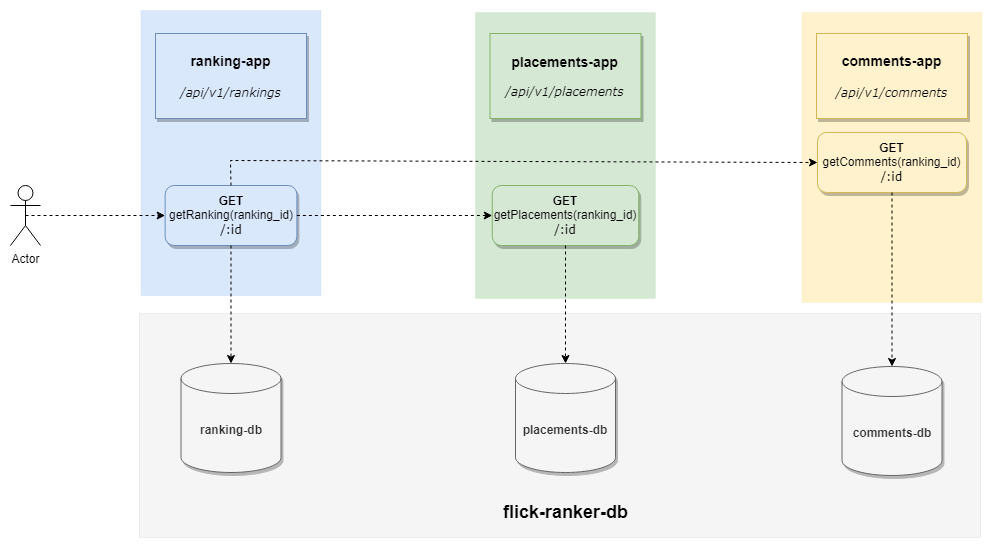
Earlier version of the draw.io export docs/retrieving-ranking-diagram.png (lukaszmichalik/flick-ranker). Source tidied: cells renumbered, new cells last; positions are measured from the earlier drawing's top-left corner, leaving out a move shared by most shapes.
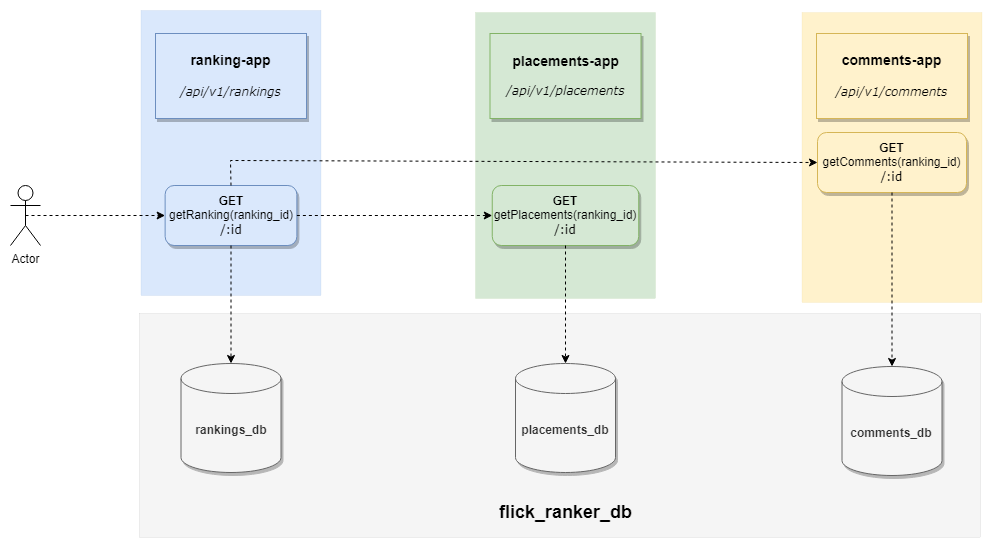
Above is the later version.

Change to the diagram source:
```diff
@@ -48,13 +48,13 @@
     <mxCell id="15" style="endArrow=classic;html=1;rounded=0;exitX=0.5;exitY=0.5;exitDx=0;exitDy=0;dashed=1;exitPerimeter=0;" parent="1" edge="1" source="14" target="7">
       <mxGeometry relative="1" as="geometry" />
     </mxCell>
-    <mxCell id="16" value="&lt;b&gt;ranking-db&lt;/b&gt;" style="shape=cylinder3;whiteSpace=wrap;html=1;boundedLbl=1;backgroundOutline=1;size=15;fillColor=#f5f5f5;fontColor=#333333;strokeColor=#666666;shadow=1;" parent="1" vertex="1">
+    <mxCell id="16" value="&lt;b&gt;rankings_db&lt;/b&gt;" style="shape=cylinder3;whiteSpace=wrap;html=1;boundedLbl=1;backgroundOutline=1;size=15;fillColor=#f5f5f5;fontColor=#333333;strokeColor=#666666;shadow=1;" parent="1" vertex="1">
       <mxGeometry x="170.5" y="353" width="100" height="109" as="geometry" />
     </mxCell>
-    <mxCell id="17" value="&lt;b&gt;placements-db&lt;/b&gt;" style="shape=cylinder3;whiteSpace=wrap;html=1;boundedLbl=1;backgroundOutline=1;size=15;shadow=1;fillColor=#f5f5f5;fontColor=#333333;strokeColor=#666666;" parent="1" vertex="1">
+    <mxCell id="17" value="&lt;b&gt;placements_db&lt;/b&gt;" style="shape=cylinder3;whiteSpace=wrap;html=1;boundedLbl=1;backgroundOutline=1;size=15;shadow=1;fillColor=#f5f5f5;fontColor=#333333;strokeColor=#666666;" parent="1" vertex="1">
       <mxGeometry x="505" y="353" width="100" height="109" as="geometry" />
     </mxCell>
-    <mxCell id="18" value="&lt;b&gt;comments-db&lt;/b&gt;" style="shape=cylinder3;whiteSpace=wrap;html=1;boundedLbl=1;backgroundOutline=1;size=15;shadow=1;fillColor=#f5f5f5;fontColor=#333333;strokeColor=#666666;" parent="1" vertex="1">
+    <mxCell id="18" value="&lt;b&gt;comments_db&lt;/b&gt;" style="shape=cylinder3;whiteSpace=wrap;html=1;boundedLbl=1;backgroundOutline=1;size=15;shadow=1;fillColor=#f5f5f5;fontColor=#333333;strokeColor=#666666;" parent="1" vertex="1">
       <mxGeometry x="831.5" y="356" width="100" height="109" as="geometry" />
     </mxCell>
     <mxCell id="19" style="endArrow=classic;html=1;rounded=0;exitX=0.5;exitY=1;exitDx=0;exitDy=0;dashed=1;entryX=0.5;entryY=0;entryDx=0;entryDy=0;entryPerimeter=0;" parent="1" edge="1" source="7" target="16">
@@ -66,8 +66,8 @@
     <mxCell id="21" style="endArrow=classic;html=1;rounded=0;exitX=0.5;exitY=1;exitDx=0;exitDy=0;dashed=1;entryX=0.5;entryY=0;entryDx=0;entryDy=0;entryPerimeter=0;" parent="1" edge="1" source="12" target="18">
       <mxGeometry relative="1" as="geometry" />
     </mxCell>
-    <mxCell id="22" value="&lt;b&gt;&lt;font style=&quot;font-size: 18px;&quot;&gt;flick-ranker-db&lt;/font&gt;&lt;/b&gt;" style="text;html=1;align=center;verticalAlign=middle;strokeColor=none;fillColor=none;" parent="1" vertex="1">
-      <mxGeometry x="483.5" y="485" width="143" height="34" as="geometry" />
+    <mxCell id="22" value="&lt;b&gt;&lt;font style=&quot;font-size: 18px;&quot;&gt;flick_ranker_db&lt;/font&gt;&lt;/b&gt;" style="text;html=1;align=center;verticalAlign=middle;strokeColor=none;fillColor=none;" parent="1" vertex="1">
+      <mxGeometry x="479.5" y="485" width="151" height="34" as="geometry" />
     </mxCell>
   </root>
 </mxGraphModel>
```
